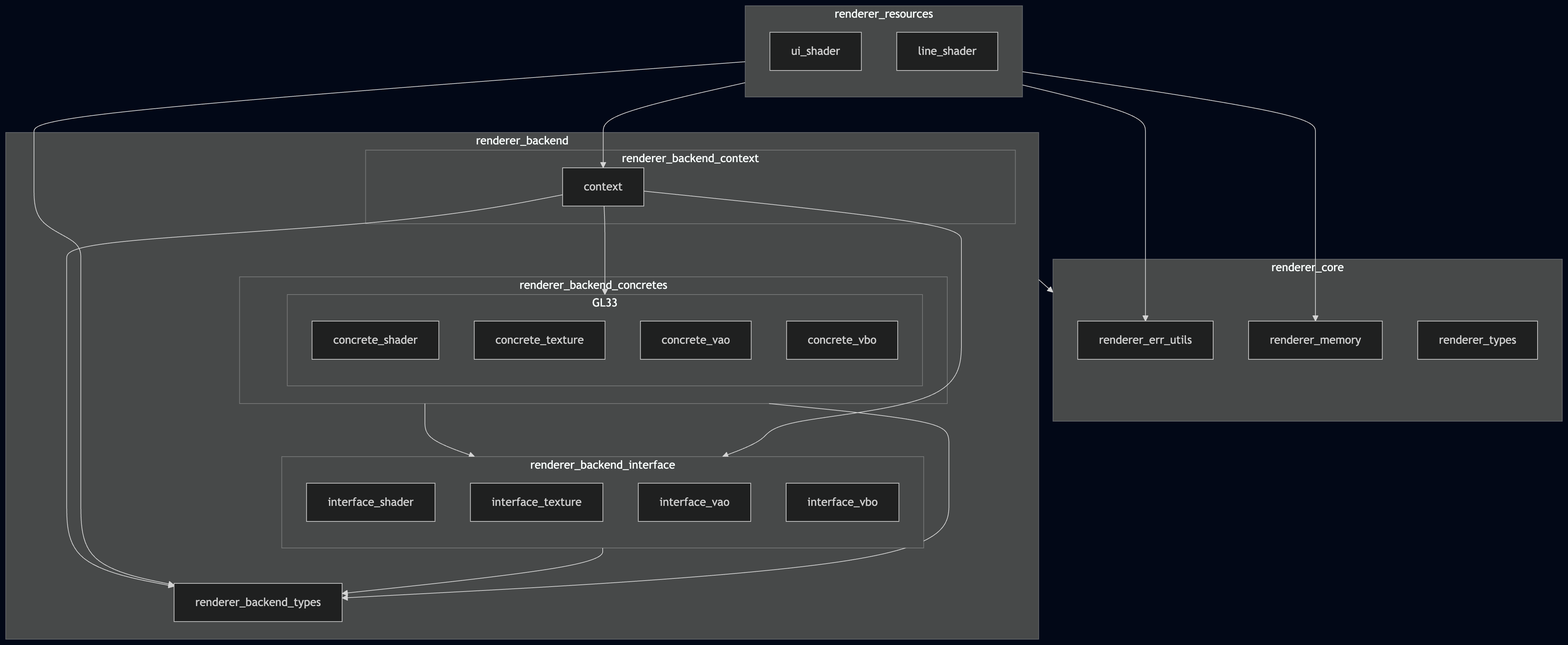
Above: docs/architecture/systems/renderer_system/layer.png in chocolate-pie24/gl_choco_engine (Mermaid), before the change. Its source is kept beside it as docs/architecture/systems/renderer_system/layer.mmd.
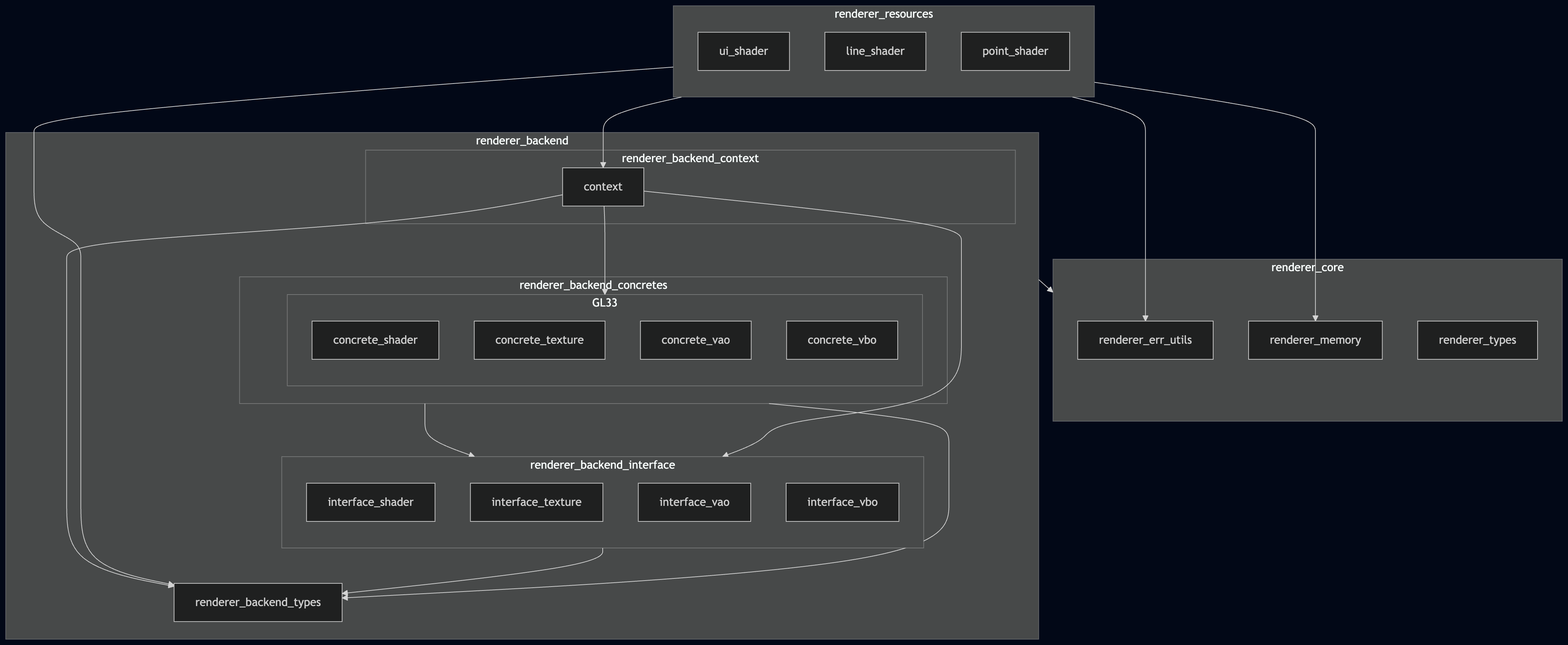
After the commit.

Commit message:
docs: point_shaderドキュメント追加

Change to the diagram source:
```diff
@@ -3,6 +3,7 @@
     direction TB
     UI_SHADER[ui_shader]
     LINE_SHADER[line_shader]
+    POINT_SHADER[point_shader]
   end
 
   subgraph RENDERER_CORE[renderer_core]
```
